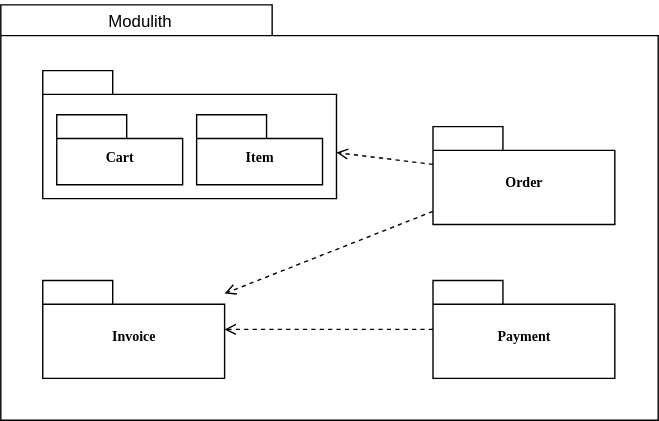
Before: thesis/src/images/modulith_package.svg, a diagram exported from draw.io (founek2/diploma-thesis). Source tidied: cells renumbered, new cells last; positions are measured from the earlier drawing's top-left corner, leaving out a move shared by most shapes. Source of this version:
```xml
<mxGraphModel>
  <root>
    <mxCell id="0" />
    <mxCell id="1" parent="0" />
    <mxCell id="2" style="shape=folder;fontStyle=1;spacingTop=10;tabWidth=194;tabHeight=22;tabPosition=left;html=1;rounded=0;shadow=0;comic=0;labelBackgroundColor=none;strokeWidth=1;fillColor=none;fontFamily=Verdana;fontSize=10;align=center;" parent="1" vertex="1">
      <mxGeometry y="3" width="470" height="297" as="geometry" />
    </mxCell>
    <mxCell id="3" style="shape=folder;fontStyle=1;spacingTop=10;tabWidth=50;tabHeight=17;tabPosition=left;html=1;rounded=0;shadow=0;comic=0;labelBackgroundColor=none;strokeWidth=1;fontFamily=Verdana;fontSize=10;align=center;" parent="1" vertex="1">
      <mxGeometry x="30" y="50" width="210" height="91.5" as="geometry" />
    </mxCell>
    <mxCell id="4" value="Invoice" style="shape=folder;fontStyle=1;spacingTop=10;tabWidth=50;tabHeight=17;tabPosition=left;html=1;rounded=0;shadow=0;comic=0;labelBackgroundColor=none;strokeWidth=1;fontFamily=Verdana;fontSize=10;align=center;" parent="1" vertex="1">
      <mxGeometry x="30" y="200" width="130" height="70" as="geometry" />
    </mxCell>
    <mxCell id="5" style="rounded=0;jettySize=auto;html=1;dashed=1;endArrow=open;endFill=0;" parent="1" edge="1" source="7" target="3">
      <mxGeometry relative="1" as="geometry" />
    </mxCell>
    <mxCell id="6" style="rounded=0;jettySize=auto;html=1;dashed=1;endArrow=open;endFill=0;" parent="1" edge="1" source="7" target="4">
      <mxGeometry relative="1" as="geometry" />
    </mxCell>
    <mxCell id="7" value="Order" style="shape=folder;fontStyle=1;spacingTop=10;tabWidth=50;tabHeight=17;tabPosition=left;html=1;rounded=0;shadow=0;comic=0;labelBackgroundColor=none;strokeWidth=1;fontFamily=Verdana;fontSize=10;align=center;" parent="1" vertex="1">
      <mxGeometry x="309" y="90" width="130" height="70" as="geometry" />
    </mxCell>
    <mxCell id="8" style="rounded=0;jettySize=auto;html=1;dashed=1;endArrow=open;endFill=0;" parent="1" edge="1" source="9" target="4">
      <mxGeometry relative="1" as="geometry" />
    </mxCell>
    <mxCell id="9" value="Payment" style="shape=folder;fontStyle=1;spacingTop=10;tabWidth=50;tabHeight=17;tabPosition=left;html=1;rounded=0;shadow=0;comic=0;labelBackgroundColor=none;strokeWidth=1;fontFamily=Verdana;fontSize=10;align=center;" parent="1" vertex="1">
      <mxGeometry x="309" y="200" width="130" height="70" as="geometry" />
    </mxCell>
    <mxCell id="10" value="Cart" style="shape=folder;fontStyle=1;spacingTop=10;tabWidth=50;tabHeight=17;tabPosition=left;html=1;rounded=0;shadow=0;comic=0;labelBackgroundColor=none;strokeWidth=1;fontFamily=Verdana;fontSize=10;align=center;" parent="1" vertex="1">
      <mxGeometry x="40" y="81.5" width="90" height="50" as="geometry" />
    </mxCell>
    <mxCell id="11" value="Item" style="shape=folder;fontStyle=1;spacingTop=10;tabWidth=50;tabHeight=17;tabPosition=left;html=1;rounded=0;shadow=0;comic=0;labelBackgroundColor=none;strokeWidth=1;fontFamily=Verdana;fontSize=10;align=center;" parent="1" vertex="1">
      <mxGeometry x="140" y="81.5" width="90" height="50" as="geometry" />
    </mxCell>
    <mxCell id="12" value="Modulith" style="text;html=1;strokeColor=none;fillColor=none;align=center;verticalAlign=middle;whiteSpace=wrap;rounded=0;" parent="1" vertex="1">
      <mxGeometry x="70" width="60" height="30" as="geometry" />
    </mxCell>
  </root>
</mxGraphModel>
```
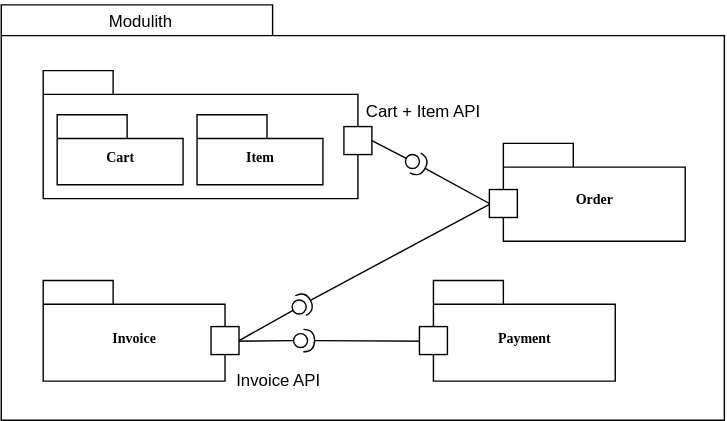
Above is the later version.

Change to the diagram source:
```diff
@@ -3,28 +3,19 @@
     <mxCell id="0" />
     <mxCell id="1" parent="0" />
     <mxCell id="2" style="shape=folder;fontStyle=1;spacingTop=10;tabWidth=194;tabHeight=22;tabPosition=left;html=1;rounded=0;shadow=0;comic=0;labelBackgroundColor=none;strokeWidth=1;fillColor=none;fontFamily=Verdana;fontSize=10;align=center;" parent="1" vertex="1">
-      <mxGeometry y="3" width="470" height="297" as="geometry" />
+      <mxGeometry y="3" width="517" height="297" as="geometry" />
     </mxCell>
     <mxCell id="3" style="shape=folder;fontStyle=1;spacingTop=10;tabWidth=50;tabHeight=17;tabPosition=left;html=1;rounded=0;shadow=0;comic=0;labelBackgroundColor=none;strokeWidth=1;fontFamily=Verdana;fontSize=10;align=center;" parent="1" vertex="1">
-      <mxGeometry x="30" y="50" width="210" height="91.5" as="geometry" />
+      <mxGeometry x="30" y="50" width="225" height="91.5" as="geometry" />
     </mxCell>
     <mxCell id="4" value="Invoice" style="shape=folder;fontStyle=1;spacingTop=10;tabWidth=50;tabHeight=17;tabPosition=left;html=1;rounded=0;shadow=0;comic=0;labelBackgroundColor=none;strokeWidth=1;fontFamily=Verdana;fontSize=10;align=center;" parent="1" vertex="1">
-      <mxGeometry x="30" y="200" width="130" height="70" as="geometry" />
+      <mxGeometry x="30" y="200" width="130" height="72" as="geometry" />
     </mxCell>
-    <mxCell id="5" style="rounded=0;jettySize=auto;html=1;dashed=1;endArrow=open;endFill=0;" parent="1" edge="1" source="7" target="3">
-      <mxGeometry relative="1" as="geometry" />
-    </mxCell>
-    <mxCell id="6" style="rounded=0;jettySize=auto;html=1;dashed=1;endArrow=open;endFill=0;" parent="1" edge="1" source="7" target="4">
-      <mxGeometry relative="1" as="geometry" />
-    </mxCell>
     <mxCell id="7" value="Order" style="shape=folder;fontStyle=1;spacingTop=10;tabWidth=50;tabHeight=17;tabPosition=left;html=1;rounded=0;shadow=0;comic=0;labelBackgroundColor=none;strokeWidth=1;fontFamily=Verdana;fontSize=10;align=center;" parent="1" vertex="1">
-      <mxGeometry x="309" y="90" width="130" height="70" as="geometry" />
+      <mxGeometry x="359" y="102" width="130" height="70" as="geometry" />
     </mxCell>
-    <mxCell id="8" style="rounded=0;jettySize=auto;html=1;dashed=1;endArrow=open;endFill=0;" parent="1" edge="1" source="9" target="4">
-      <mxGeometry relative="1" as="geometry" />
-    </mxCell>
     <mxCell id="9" value="Payment" style="shape=folder;fontStyle=1;spacingTop=10;tabWidth=50;tabHeight=17;tabPosition=left;html=1;rounded=0;shadow=0;comic=0;labelBackgroundColor=none;strokeWidth=1;fontFamily=Verdana;fontSize=10;align=center;" parent="1" vertex="1">
-      <mxGeometry x="309" y="200" width="130" height="70" as="geometry" />
+      <mxGeometry x="309" y="200" width="130" height="72" as="geometry" />
     </mxCell>
     <mxCell id="10" value="Cart" style="shape=folder;fontStyle=1;spacingTop=10;tabWidth=50;tabHeight=17;tabPosition=left;html=1;rounded=0;shadow=0;comic=0;labelBackgroundColor=none;strokeWidth=1;fontFamily=Verdana;fontSize=10;align=center;" parent="1" vertex="1">
       <mxGeometry x="40" y="81.5" width="90" height="50" as="geometry" />
@@ -35,5 +26,54 @@
     <mxCell id="12" value="Modulith" style="text;html=1;strokeColor=none;fillColor=none;align=center;verticalAlign=middle;whiteSpace=wrap;rounded=0;" parent="1" vertex="1">
       <mxGeometry x="70" width="60" height="30" as="geometry" />
     </mxCell>
+    <mxCell id="13" style="rounded=0;jettySize=auto;html=1;endArrow=halfCircle;endFill=0;endSize=6;strokeWidth=1;sketch=0;exitX=1;exitY=0.5;exitDx=0;exitDy=0;" parent="1" edge="1" source="19">
+      <mxGeometry relative="1" as="geometry">
+        <mxPoint x="296" y="116" as="targetPoint" />
+      </mxGeometry>
+    </mxCell>
+    <mxCell id="14" style="rounded=0;jettySize=auto;html=1;endArrow=oval;endFill=0;sketch=0;sourcePerimeterSpacing=0;targetPerimeterSpacing=0;endSize=10;exitX=0;exitY=0.5;exitDx=0;exitDy=0;" parent="1" edge="1" source="20">
+      <mxGeometry relative="1" as="geometry">
+        <mxPoint x="294" y="115" as="targetPoint" />
+      </mxGeometry>
+    </mxCell>
+    <mxCell id="15" style="rounded=0;jettySize=auto;html=1;endArrow=halfCircle;endFill=0;endSize=6;strokeWidth=1;sketch=0;exitX=0.997;exitY=0.473;exitDx=0;exitDy=0;exitPerimeter=0;" parent="1" edge="1" source="19">
+      <mxGeometry relative="1" as="geometry">
+        <mxPoint x="214" y="218" as="targetPoint" />
+      </mxGeometry>
+    </mxCell>
+    <mxCell id="16" style="rounded=0;orthogonalLoop=1;jettySize=auto;html=1;endArrow=oval;endFill=0;sketch=0;sourcePerimeterSpacing=0;targetPerimeterSpacing=0;endSize=10;" parent="1" edge="1">
+      <mxGeometry relative="1" as="geometry">
+        <mxPoint x="170" y="243" as="sourcePoint" />
+        <mxPoint x="213" y="219" as="targetPoint" />
+      </mxGeometry>
+    </mxCell>
+    <mxCell id="17" style="rounded=0;jettySize=auto;html=1;endArrow=halfCircle;endFill=0;endSize=6;strokeWidth=1;sketch=0;exitX=0;exitY=0;exitDx=0;exitDy=43.5;exitPerimeter=0;" parent="1" edge="1" source="9">
+      <mxGeometry relative="1" as="geometry">
+        <mxPoint x="216" y="243" as="targetPoint" />
+      </mxGeometry>
+    </mxCell>
+    <mxCell id="18" style="rounded=0;jettySize=auto;html=1;endArrow=oval;endFill=0;sketch=0;sourcePerimeterSpacing=0;targetPerimeterSpacing=0;endSize=10;exitX=0;exitY=0;exitDx=130;exitDy=43.5;exitPerimeter=0;" parent="1" edge="1" source="4">
+      <mxGeometry relative="1" as="geometry">
+        <mxPoint x="214" y="243" as="targetPoint" />
+      </mxGeometry>
+    </mxCell>
+    <mxCell id="19" style="rounded=0;whiteSpace=wrap;html=1;rotation=-180;" parent="1" vertex="1">
+      <mxGeometry x="349" y="135" width="20" height="20" as="geometry" />
+    </mxCell>
+    <mxCell id="20" style="rounded=0;whiteSpace=wrap;html=1;rotation=-180;" parent="1" vertex="1">
+      <mxGeometry x="245" y="90" width="20" height="20" as="geometry" />
+    </mxCell>
+    <mxCell id="21" style="rounded=0;whiteSpace=wrap;html=1;rotation=-180;" parent="1" vertex="1">
+      <mxGeometry x="150" y="233" width="20" height="20" as="geometry" />
+    </mxCell>
+    <mxCell id="22" style="rounded=0;whiteSpace=wrap;html=1;rotation=-180;" parent="1" vertex="1">
+      <mxGeometry x="299" y="233" width="20" height="20" as="geometry" />
+    </mxCell>
+    <mxCell id="23" value="Invoice API" style="text;html=1;strokeColor=none;fillColor=none;align=center;verticalAlign=middle;whiteSpace=wrap;rounded=0;" parent="1" vertex="1">
+      <mxGeometry x="160" y="262" width="77" height="20" as="geometry" />
+    </mxCell>
+    <mxCell id="24" value="Cart + Item API" style="text;html=1;strokeColor=none;fillColor=none;align=center;verticalAlign=middle;whiteSpace=wrap;rounded=0;" parent="1" vertex="1">
+      <mxGeometry x="255" y="70" width="94" height="20" as="geometry" />
+    </mxCell>
   </root>
 </mxGraphModel>
```
